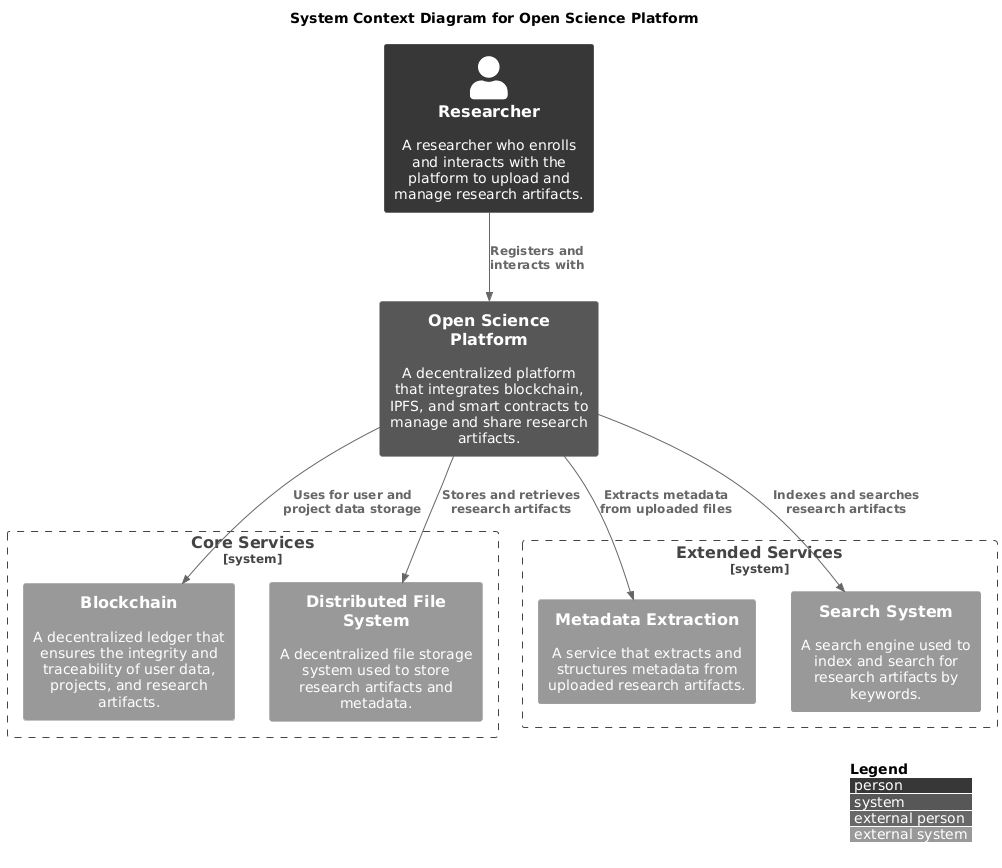
This is out/diagrams/plantUML/c4_context_diagram/c4_context_diagram.png from OliveiraEdu/d-OSP, a PlantUML export, as it was before one commit.
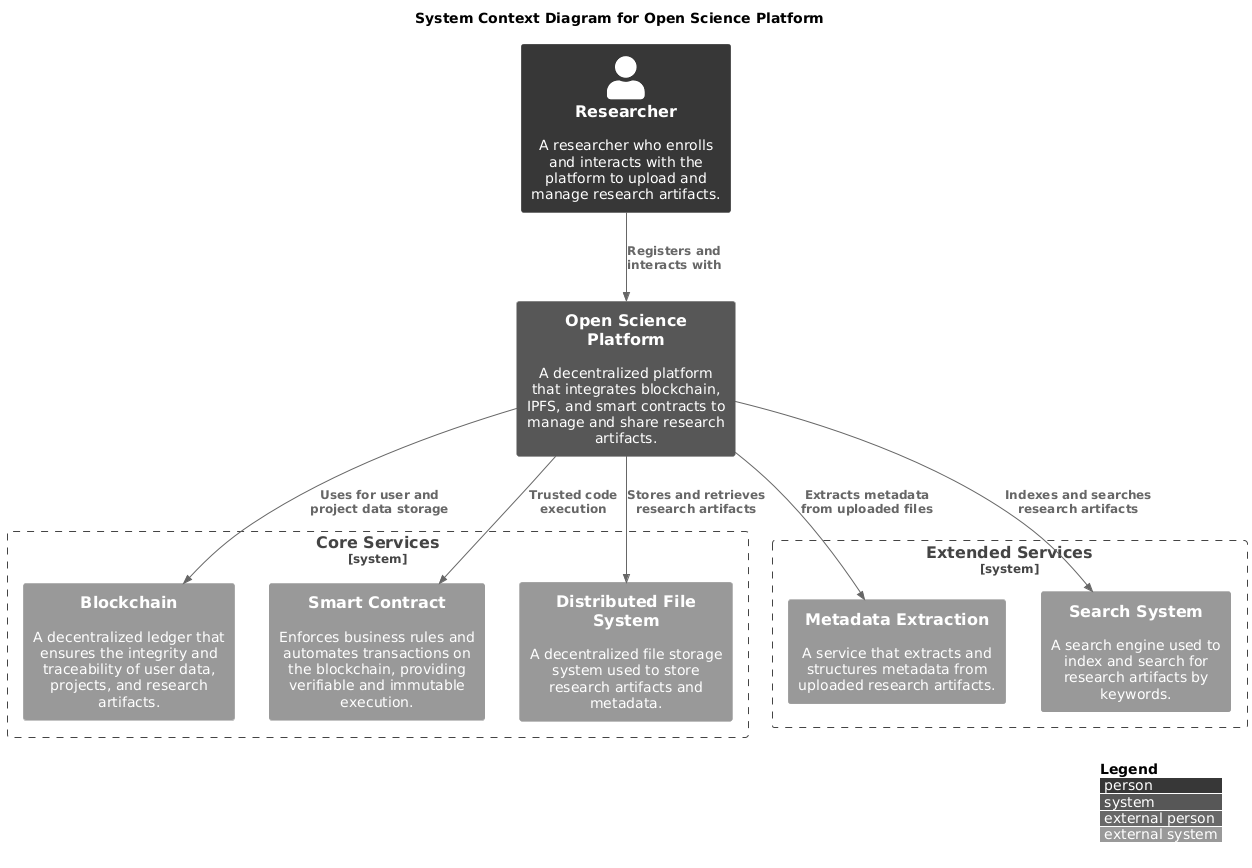
After the commit.

What changed in the source:
```diff
@@ -13,6 +13,8 @@
 
 System_Boundary(open_science_boundary, "Core Services") {
     System_Ext(blockchain, "Blockchain", "A decentralized ledger that ensures the integrity and traceability of user data, projects, and research artifacts.")
+    System_Ext(smart_contract, "Smart Contract", "Enforces business rules and automates transactions on the blockchain, providing verifiable and immutable execution.")
+
     System_Ext(ipfs, "Distributed File System", "A decentralized file storage system used to store research artifacts and metadata.")
 
 }
@@ -23,7 +25,9 @@
     System_Ext(search_system, "Search System", "A search engine used to index and search for research artifacts by keywords.")
 }
 
+
 Rel(user, open_science_platform, "Registers and interacts with")
+Rel(open_science_platform, smart_contract, "Trusted code execution")
 Rel(open_science_platform, blockchain, "Uses for user and project data storage")
 Rel(open_science_platform, ipfs, "Stores and retrieves research artifacts")
 Rel(open_science_platform, metadata_extraction, "Extracts metadata from uploaded files")
```
